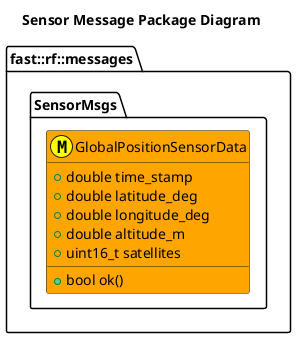
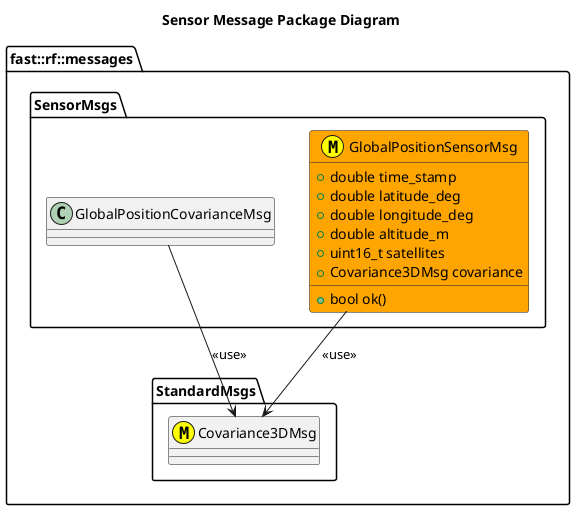
@startuml
title Sensor Message Package Diagram

namespace fast::rf::messages {
- 
+   namespace StandardMsgs {
+     class Covariance3DMsg <<(M,#FFFF00) >>
+   }
  namespace SensorMsgs  {
-     class GlobalPositionSensorData <<(M,#FFFF00)>> #Orange {
+     GlobalPositionCovarianceMsg --> Covariance3DMsg: <<use>>
+     class GlobalPositionSensorMsg <<(M,#FFFF00)>> #Orange {
      +double time_stamp
      +double latitude_deg
      +double longitude_deg
      +double altitude_m
      +uint16_t satellites
+       +Covariance3DMsg covariance
      +bool ok()
    }
+     GlobalPositionSensorMsg --> Covariance3DMsg: <<use>>
}
@enduml